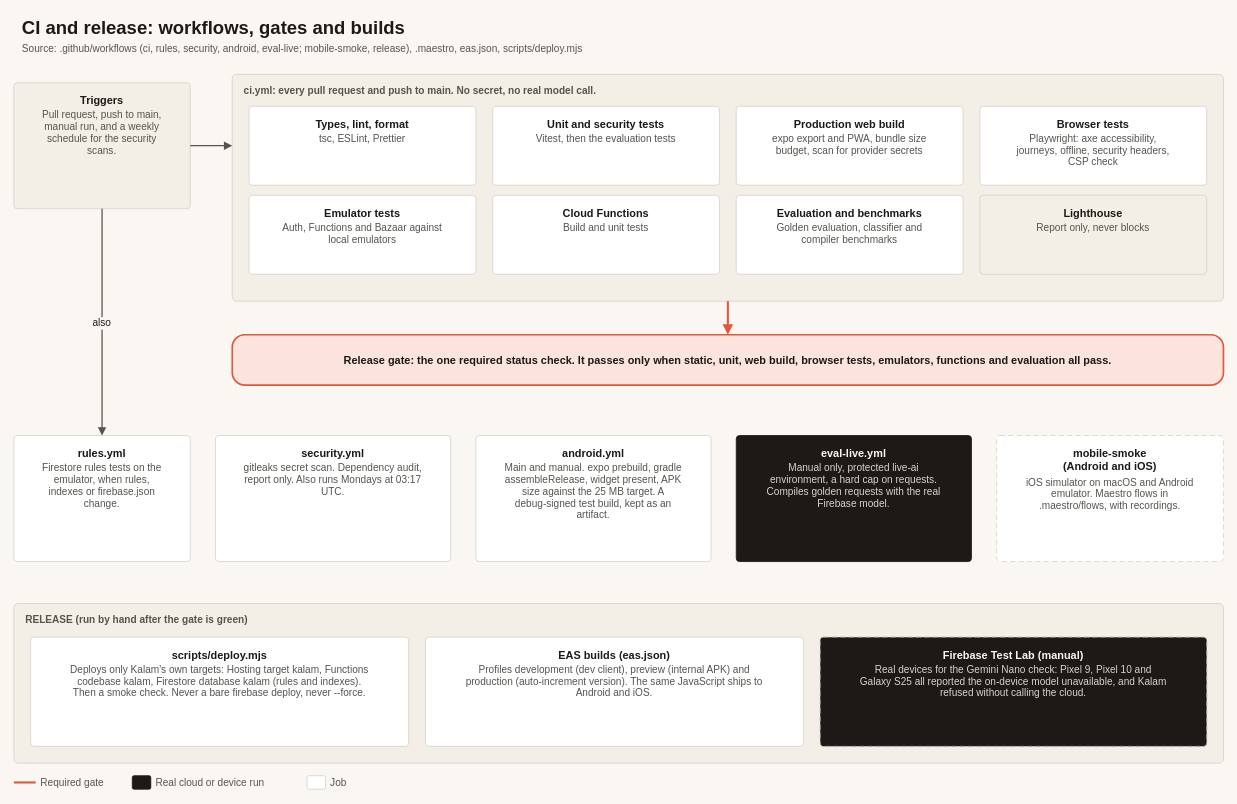
vishavmehra/kalam keeps this draw.io diagram as docs/diagrams/16-ci-release.drawio. Above is the earlier version. Source tidied: cells renumbered, new cells numbered last; positions are measured from the earlier drawing's top-left corner, leaving out a move shared by most shapes. Both pictures are drawn from the tidied source at 84%, with x=0, y=0 at pixel (13, 13).
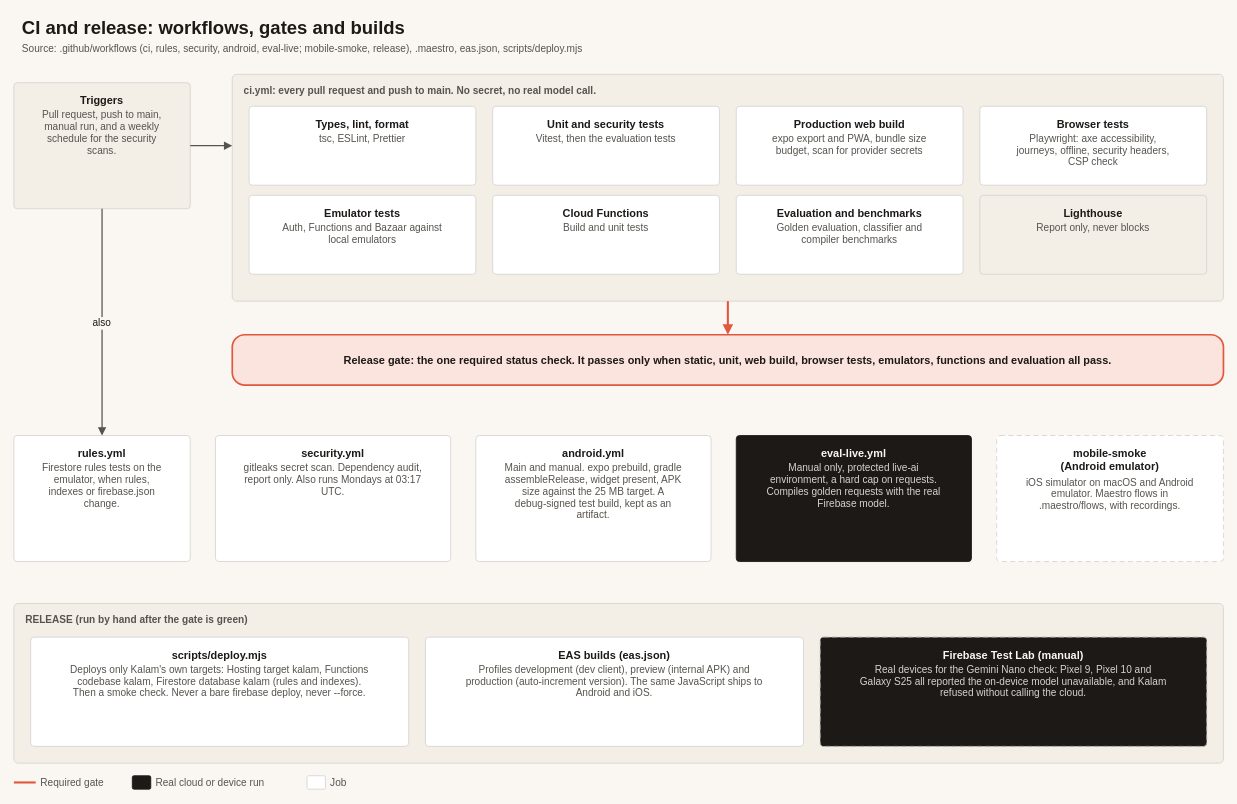
The same page after the edit.

Commit message (it also covers changes not shown here):
Mobile smoke: Android only (owner decision). iOS is built by the Release workflow and checked by hand on the simulator; README, diagram 16 and the release-config test say so

Change to the diagram source:
```diff
@@
-    <mxCell id="31" value="mobile-smoke&#10;(Android and iOS)" style="rounded=1;absoluteArcSize=1;arcSize=8;html=0;fillColor=#FFFFFF;strokeColor=#D6D3D1;strokeWidth=1;fontColor=#1C1917;fontSize=13;fontStyle=1;align=center;verticalAlign=top;spacingLeft=0;spacingRight=0;spacingTop=7;dashed=1;dashPattern=6 4;" parent="1" vertex="1">
+    <mxCell id="31" value="mobile-smoke&#10;(Android emulator)" style="rounded=1;absoluteArcSize=1;arcSize=8;html=0;fillColor=#FFFFFF;strokeColor=#D6D3D1;strokeWidth=1;fontColor=#1C1917;fontSize=13;fontStyle=1;align=center;verticalAlign=top;spacingLeft=0;spacingRight=0;spacingTop=7;dashed=1;dashPattern=6 4;" parent="1" vertex="1">
       <mxGeometry x="1170" y="502" width="270" height="150" as="geometry" />
     </mxCell>
```
